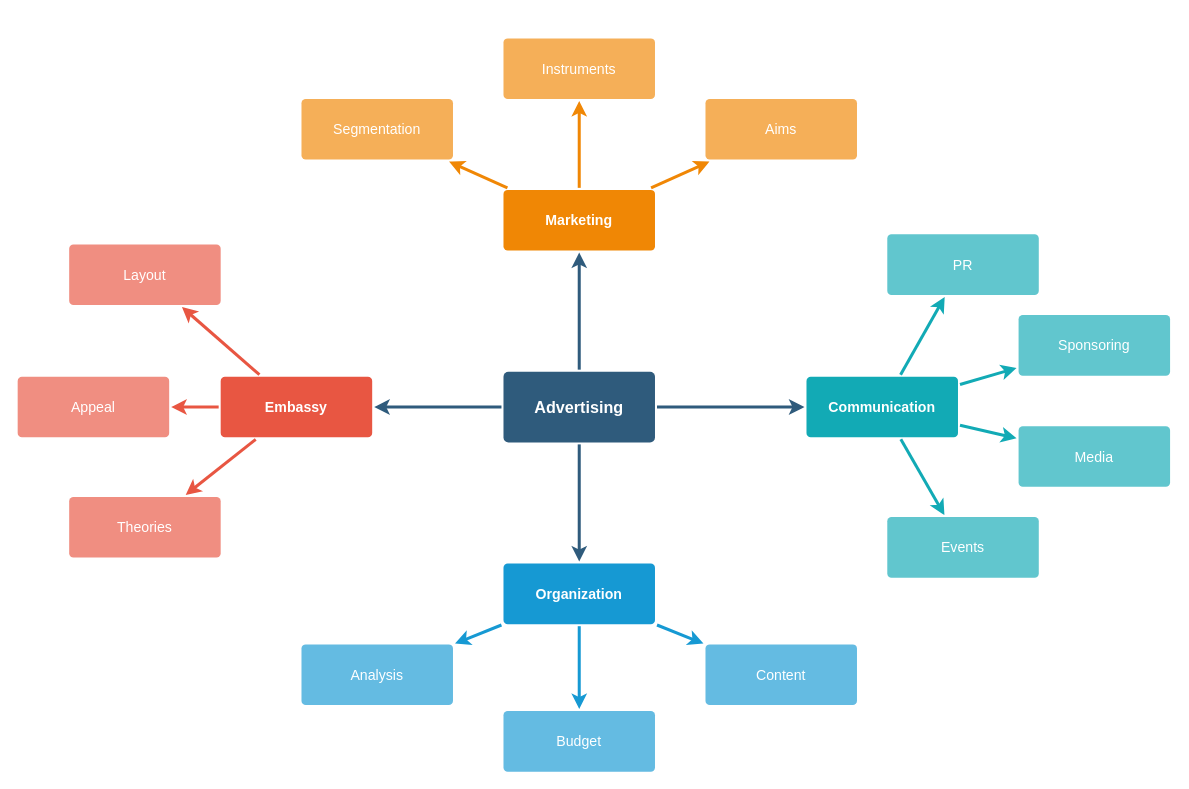
This is Untitled Diagram.drawio from leokuan2021/drawio-stuff, a draw.io file, before an edit. Source tidied: cells renumbered, new cells numbered last; positions are measured from the earlier drawing's top-left corner, leaving out a move shared by most shapes. Both pictures are drawn from the tidied source at 101%, with x=0, y=0 at pixel (17, 37).
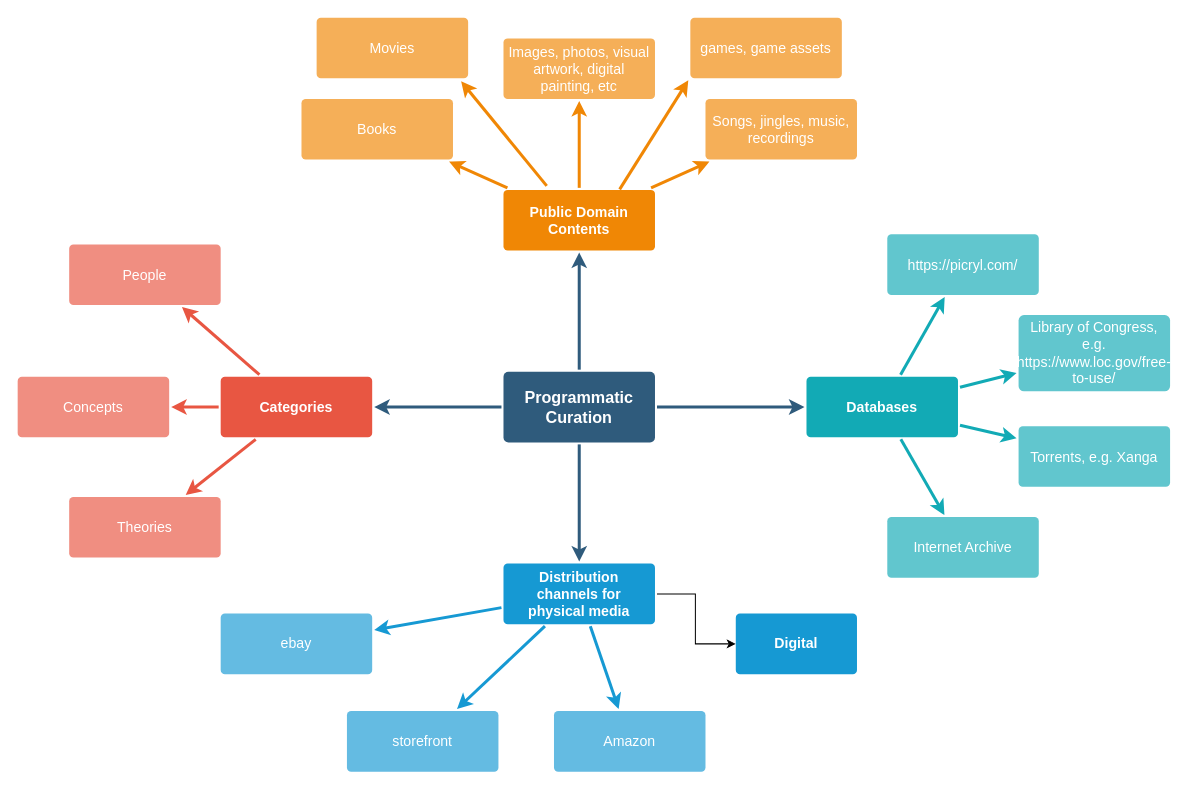
After the change.

Change to the diagram source:
```diff
@@
-    <mxCell id="6" value="Advertising" style="rounded=1;whiteSpace=wrap;html=1;shadow=0;labelBackgroundColor=none;strokeColor=none;strokeWidth=3;fillColor=#2F5B7C;fontFamily=Helvetica;fontSize=16;fontColor=#FFFFFF;align=center;fontStyle=1;spacing=5;arcSize=7;perimeterSpacing=2;" parent="1" vertex="1">
+    <mxCell id="6" value="Programmatic Curation" style="rounded=1;whiteSpace=wrap;html=1;shadow=0;labelBackgroundColor=none;strokeColor=none;strokeWidth=3;fillColor=#2F5B7C;fontFamily=Helvetica;fontSize=16;fontColor=#FFFFFF;align=center;fontStyle=1;spacing=5;arcSize=7;perimeterSpacing=2;" parent="1" vertex="1">
       <mxGeometry x="481" y="330.5" width="150" height="70" as="geometry" />
     </mxCell>
@@
-    <mxCell id="10" value="Embassy" style="rounded=1;whiteSpace=wrap;html=1;shadow=0;labelBackgroundColor=none;strokeColor=none;strokeWidth=3;fillColor=#e85642;fontFamily=Helvetica;fontSize=14;fontColor=#FFFFFF;align=center;spacing=5;fontStyle=1;arcSize=7;perimeterSpacing=2;" parent="1" vertex="1">
+    <mxCell id="10" value="Categories" style="rounded=1;whiteSpace=wrap;html=1;shadow=0;labelBackgroundColor=none;strokeColor=none;strokeWidth=3;fillColor=#e85642;fontFamily=Helvetica;fontSize=14;fontColor=#FFFFFF;align=center;spacing=5;fontStyle=1;arcSize=7;perimeterSpacing=2;" parent="1" vertex="1">
       <mxGeometry x="201" y="335.5" width="150" height="60" as="geometry" />
     </mxCell>
@@
-    <mxCell id="12" value="Appeal" style="rounded=1;whiteSpace=wrap;html=1;shadow=0;labelBackgroundColor=none;strokeColor=none;strokeWidth=3;fillColor=#f08e81;fontFamily=Helvetica;fontSize=14;fontColor=#FFFFFF;align=center;spacing=5;fontStyle=0;arcSize=7;perimeterSpacing=2;" parent="1" vertex="1">
+    <mxCell id="12" value="Concepts" style="rounded=1;whiteSpace=wrap;html=1;shadow=0;labelBackgroundColor=none;strokeColor=none;strokeWidth=3;fillColor=#f08e81;fontFamily=Helvetica;fontSize=14;fontColor=#FFFFFF;align=center;spacing=5;fontStyle=0;arcSize=7;perimeterSpacing=2;" parent="1" vertex="1">
       <mxGeometry y="335.5" width="150" height="60" as="geometry" />
     </mxCell>
-    <mxCell id="13" value="Layout" style="rounded=1;whiteSpace=wrap;html=1;shadow=0;labelBackgroundColor=none;strokeColor=none;strokeWidth=3;fillColor=#f08e81;fontFamily=Helvetica;fontSize=14;fontColor=#FFFFFF;align=center;spacing=5;fontStyle=0;arcSize=7;perimeterSpacing=2;" parent="1" vertex="1">
+    <mxCell id="13" value="People" style="rounded=1;whiteSpace=wrap;html=1;shadow=0;labelBackgroundColor=none;strokeColor=none;strokeWidth=3;fillColor=#f08e81;fontFamily=Helvetica;fontSize=14;fontColor=#FFFFFF;align=center;spacing=5;fontStyle=0;arcSize=7;perimeterSpacing=2;" parent="1" vertex="1">
       <mxGeometry x="51" y="204.5" width="150" height="60" as="geometry" />
     </mxCell>
@@
+    <mxCell id="37" style="edgeStyle=orthogonalEdgeStyle;rounded=0;jettySize=auto;html=1;" parent="1" edge="1" source="17" target="42">
+      <mxGeometry relative="1" as="geometry" />
+    </mxCell>
-    <mxCell id="17" value="Organization" style="rounded=1;whiteSpace=wrap;html=1;shadow=0;labelBackgroundColor=none;strokeColor=none;strokeWidth=3;fillColor=#1699d3;fontFamily=Helvetica;fontSize=14;fontColor=#FFFFFF;align=center;spacing=5;fontStyle=1;arcSize=7;perimeterSpacing=2;" parent="1" vertex="1">
+    <mxCell id="17" value="Distribution channels for physical media" style="rounded=1;whiteSpace=wrap;html=1;shadow=0;labelBackgroundColor=none;strokeColor=none;strokeWidth=3;fillColor=#1699d3;fontFamily=Helvetica;fontSize=14;fontColor=#FFFFFF;align=center;spacing=5;fontStyle=1;arcSize=7;perimeterSpacing=2;" parent="1" vertex="1">
       <mxGeometry x="481" y="520.5" width="150" height="60" as="geometry" />
     </mxCell>
-    <mxCell id="18" value="Content" style="rounded=1;whiteSpace=wrap;html=1;shadow=0;labelBackgroundColor=none;strokeColor=none;strokeWidth=3;fillColor=#64bbe2;fontFamily=Helvetica;fontSize=14;fontColor=#FFFFFF;align=center;spacing=5;arcSize=7;perimeterSpacing=2;" parent="1" vertex="1">
-      <mxGeometry x="681" y="600.5" width="150" height="60" as="geometry" />
+    <mxCell id="18" value="Amazon" style="rounded=1;whiteSpace=wrap;html=1;shadow=0;labelBackgroundColor=none;strokeColor=none;strokeWidth=3;fillColor=#64bbe2;fontFamily=Helvetica;fontSize=14;fontColor=#FFFFFF;align=center;spacing=5;arcSize=7;perimeterSpacing=2;" parent="1" vertex="1">
+      <mxGeometry x="531" y="666.5" width="150" height="60" as="geometry" />
     </mxCell>
-    <mxCell id="19" value="Budget" style="rounded=1;whiteSpace=wrap;html=1;shadow=0;labelBackgroundColor=none;strokeColor=none;strokeWidth=3;fillColor=#64bbe2;fontFamily=Helvetica;fontSize=14;fontColor=#FFFFFF;align=center;spacing=5;arcSize=7;perimeterSpacing=2;" parent="1" vertex="1">
-      <mxGeometry x="481" y="666.5" width="150" height="60" as="geometry" />
+    <mxCell id="19" value="storefront" style="rounded=1;whiteSpace=wrap;html=1;shadow=0;labelBackgroundColor=none;strokeColor=none;strokeWidth=3;fillColor=#64bbe2;fontFamily=Helvetica;fontSize=14;fontColor=#FFFFFF;align=center;spacing=5;arcSize=7;perimeterSpacing=2;" parent="1" vertex="1">
+      <mxGeometry x="326" y="666.5" width="150" height="60" as="geometry" />
     </mxCell>
-    <mxCell id="20" value="Analysis" style="rounded=1;whiteSpace=wrap;html=1;shadow=0;labelBackgroundColor=none;strokeColor=none;strokeWidth=3;fillColor=#64bbe2;fontFamily=Helvetica;fontSize=14;fontColor=#FFFFFF;align=center;spacing=5;arcSize=7;perimeterSpacing=2;" parent="1" vertex="1">
-      <mxGeometry x="281" y="600.5" width="150" height="60" as="geometry" />
+    <mxCell id="20" value="ebay" style="rounded=1;whiteSpace=wrap;html=1;shadow=0;labelBackgroundColor=none;strokeColor=none;strokeWidth=3;fillColor=#64bbe2;fontFamily=Helvetica;fontSize=14;fontColor=#FFFFFF;align=center;spacing=5;arcSize=7;perimeterSpacing=2;" parent="1" vertex="1">
+      <mxGeometry x="201" y="570" width="150" height="60" as="geometry" />
     </mxCell>
-    <mxCell id="21" value="Marketing" style="rounded=1;whiteSpace=wrap;html=1;shadow=0;labelBackgroundColor=none;strokeColor=none;strokeWidth=3;fillColor=#F08705;fontFamily=Helvetica;fontSize=14;fontColor=#FFFFFF;align=center;spacing=5;fontStyle=1;arcSize=7;perimeterSpacing=2;" parent="1" vertex="1">
+    <mxCell id="21" value="Public Domain Contents" style="rounded=1;whiteSpace=wrap;html=1;shadow=0;labelBackgroundColor=none;strokeColor=none;strokeWidth=3;fillColor=#F08705;fontFamily=Helvetica;fontSize=14;fontColor=#FFFFFF;align=center;spacing=5;fontStyle=1;arcSize=7;perimeterSpacing=2;" parent="1" vertex="1">
       <mxGeometry x="481" y="150.5" width="150" height="60" as="geometry" />
     </mxCell>
-    <mxCell id="22" value="Aims&lt;br&gt;" style="rounded=1;whiteSpace=wrap;html=1;shadow=0;labelBackgroundColor=none;strokeColor=none;strokeWidth=3;fillColor=#f5af58;fontFamily=Helvetica;fontSize=14;fontColor=#FFFFFF;align=center;spacing=5;arcSize=7;perimeterSpacing=2;" parent="1" vertex="1">
+    <mxCell id="22" value="Songs, jingles, music, recordings" style="rounded=1;whiteSpace=wrap;html=1;shadow=0;labelBackgroundColor=none;strokeColor=none;strokeWidth=3;fillColor=#f5af58;fontFamily=Helvetica;fontSize=14;fontColor=#FFFFFF;align=center;spacing=5;arcSize=7;perimeterSpacing=2;" parent="1" vertex="1">
       <mxGeometry x="681" y="60.5" width="150" height="60" as="geometry" />
     </mxCell>
@@
-    <mxCell id="24" value="Instruments" style="rounded=1;whiteSpace=wrap;html=1;shadow=0;labelBackgroundColor=none;strokeColor=none;strokeWidth=3;fillColor=#f5af58;fontFamily=Helvetica;fontSize=14;fontColor=#FFFFFF;align=center;spacing=5;arcSize=7;perimeterSpacing=2;" parent="1" vertex="1">
+    <mxCell id="24" value="Images, photos, visual artwork, digital painting, etc" style="rounded=1;whiteSpace=wrap;html=1;shadow=0;labelBackgroundColor=none;strokeColor=none;strokeWidth=3;fillColor=#f5af58;fontFamily=Helvetica;fontSize=14;fontColor=#FFFFFF;align=center;spacing=5;arcSize=7;perimeterSpacing=2;" parent="1" vertex="1">
       <mxGeometry x="481" y="0.5" width="150" height="60" as="geometry" />
     </mxCell>
@@
-    <mxCell id="26" value="Segmentation" style="rounded=1;whiteSpace=wrap;html=1;shadow=0;labelBackgroundColor=none;strokeColor=none;strokeWidth=3;fillColor=#f5af58;fontFamily=Helvetica;fontSize=14;fontColor=#FFFFFF;align=center;spacing=5;arcSize=7;perimeterSpacing=2;" parent="1" vertex="1">
+    <mxCell id="26" value="Books" style="rounded=1;whiteSpace=wrap;html=1;shadow=0;labelBackgroundColor=none;strokeColor=none;strokeWidth=3;fillColor=#f5af58;fontFamily=Helvetica;fontSize=14;fontColor=#FFFFFF;align=center;spacing=5;arcSize=7;perimeterSpacing=2;" parent="1" vertex="1">
       <mxGeometry x="281" y="60.5" width="150" height="60" as="geometry" />
     </mxCell>
@@
-    <mxCell id="28" value="Communication" style="rounded=1;whiteSpace=wrap;html=1;shadow=0;labelBackgroundColor=none;strokeColor=none;strokeWidth=3;fillColor=#12aab5;fontFamily=Helvetica;fontSize=14;fontColor=#FFFFFF;align=center;spacing=5;fontStyle=1;arcSize=7;perimeterSpacing=2;" parent="1" vertex="1">
+    <mxCell id="28" value="Databases" style="rounded=1;whiteSpace=wrap;html=1;shadow=0;labelBackgroundColor=none;strokeColor=none;strokeWidth=3;fillColor=#12aab5;fontFamily=Helvetica;fontSize=14;fontColor=#FFFFFF;align=center;spacing=5;fontStyle=1;arcSize=7;perimeterSpacing=2;" parent="1" vertex="1">
       <mxGeometry x="781" y="335.5" width="150" height="60" as="geometry" />
     </mxCell>
-    <mxCell id="29" value="Events" style="rounded=1;whiteSpace=wrap;html=1;shadow=0;labelBackgroundColor=none;strokeColor=none;strokeWidth=3;fillColor=#61c6ce;fontFamily=Helvetica;fontSize=14;fontColor=#FFFFFF;align=center;spacing=5;fontStyle=0;arcSize=7;perimeterSpacing=2;" parent="1" vertex="1">
+    <mxCell id="29" value="Internet Archive" style="rounded=1;whiteSpace=wrap;html=1;shadow=0;labelBackgroundColor=none;strokeColor=none;strokeWidth=3;fillColor=#61c6ce;fontFamily=Helvetica;fontSize=14;fontColor=#FFFFFF;align=center;spacing=5;fontStyle=0;arcSize=7;perimeterSpacing=2;" parent="1" vertex="1">
       <mxGeometry x="861" y="474.5" width="150" height="60" as="geometry" />
     </mxCell>
@@
-    <mxCell id="31" value="Media" style="rounded=1;whiteSpace=wrap;html=1;shadow=0;labelBackgroundColor=none;strokeColor=none;strokeWidth=3;fillColor=#61c6ce;fontFamily=Helvetica;fontSize=14;fontColor=#FFFFFF;align=center;spacing=5;fontStyle=0;arcSize=7;perimeterSpacing=2;" parent="1" vertex="1">
+    <mxCell id="31" value="Torrents, e.g. Xanga" style="rounded=1;whiteSpace=wrap;html=1;shadow=0;labelBackgroundColor=none;strokeColor=none;strokeWidth=3;fillColor=#61c6ce;fontFamily=Helvetica;fontSize=14;fontColor=#FFFFFF;align=center;spacing=5;fontStyle=0;arcSize=7;perimeterSpacing=2;" parent="1" vertex="1">
       <mxGeometry x="991" y="384.5" width="150" height="60" as="geometry" />
     </mxCell>
@@
-    <mxCell id="33" value="Sponsoring" style="rounded=1;whiteSpace=wrap;html=1;shadow=0;labelBackgroundColor=none;strokeColor=none;strokeWidth=3;fillColor=#61c6ce;fontFamily=Helvetica;fontSize=14;fontColor=#FFFFFF;align=center;spacing=5;fontStyle=0;arcSize=7;perimeterSpacing=2;" parent="1" vertex="1">
-      <mxGeometry x="991" y="274.5" width="150" height="60" as="geometry" />
+    <mxCell id="33" value="&lt;div&gt;Library of Congress, e.g. &lt;br&gt;&lt;/div&gt;&lt;div&gt;https://www.loc.gov/free-to-use/&lt;/div&gt;" style="rounded=1;whiteSpace=wrap;html=1;shadow=0;labelBackgroundColor=none;strokeColor=none;strokeWidth=3;fillColor=#61c6ce;fontFamily=Helvetica;fontSize=14;fontColor=#FFFFFF;align=center;spacing=5;fontStyle=0;arcSize=7;perimeterSpacing=2;" parent="1" vertex="1">
+      <mxGeometry x="991" y="274.5" width="150" height="75.5" as="geometry" />
     </mxCell>
@@
-    <mxCell id="35" value="PR" style="rounded=1;whiteSpace=wrap;html=1;shadow=0;labelBackgroundColor=none;strokeColor=none;strokeWidth=3;fillColor=#61c6ce;fontFamily=Helvetica;fontSize=14;fontColor=#FFFFFF;align=center;spacing=5;fontStyle=0;arcSize=7;perimeterSpacing=2;" parent="1" vertex="1">
+    <mxCell id="35" value="https://picryl.com/" style="rounded=1;whiteSpace=wrap;html=1;shadow=0;labelBackgroundColor=none;strokeColor=none;strokeWidth=3;fillColor=#61c6ce;fontFamily=Helvetica;fontSize=14;fontColor=#FFFFFF;align=center;spacing=5;fontStyle=0;arcSize=7;perimeterSpacing=2;" parent="1" vertex="1">
       <mxGeometry x="861" y="194.5" width="150" height="60" as="geometry" />
     </mxCell>
@@
+    <mxCell id="38" value="Movies" style="rounded=1;whiteSpace=wrap;html=1;shadow=0;labelBackgroundColor=none;strokeColor=none;strokeWidth=3;fillColor=#f5af58;fontFamily=Helvetica;fontSize=14;fontColor=#FFFFFF;align=center;spacing=5;arcSize=7;perimeterSpacing=2;" parent="1" vertex="1">
+      <mxGeometry x="296" y="-20" width="150" height="60" as="geometry" />
+    </mxCell>
+    <mxCell id="39" value="games, game assets" style="rounded=1;whiteSpace=wrap;html=1;shadow=0;labelBackgroundColor=none;strokeColor=none;strokeWidth=3;fillColor=#f5af58;fontFamily=Helvetica;fontSize=14;fontColor=#FFFFFF;align=center;spacing=5;arcSize=7;perimeterSpacing=2;" parent="1" vertex="1">
+      <mxGeometry x="666" y="-20" width="150" height="60" as="geometry" />
+    </mxCell>
+    <mxCell id="40" style="edgeStyle=none;rounded=0;jumpStyle=none;html=1;shadow=0;labelBackgroundColor=none;startArrow=none;startFill=0;endArrow=classic;endFill=1;jettySize=auto;strokeColor=#F08705;strokeWidth=3;fontFamily=Helvetica;fontSize=14;fontColor=#FFFFFF;spacing=5;entryX=0.942;entryY=1.016;entryDx=0;entryDy=0;entryPerimeter=0;" parent="1" edge="1" target="38">
+      <mxGeometry relative="1" as="geometry">
+        <mxPoint x="523.8" y="146.5" as="sourcePoint" />
+      </mxGeometry>
+    </mxCell>
+    <mxCell id="41" style="edgeStyle=none;rounded=0;jumpStyle=none;html=1;shadow=0;labelBackgroundColor=none;startArrow=none;startFill=0;endArrow=classic;endFill=1;jettySize=auto;strokeColor=#F08705;strokeWidth=3;fontFamily=Helvetica;fontSize=14;fontColor=#FFFFFF;spacing=5;entryX=0;entryY=1;entryDx=0;entryDy=0;" parent="1" edge="1" target="39">
+      <mxGeometry relative="1" as="geometry">
+        <mxPoint x="596" y="150" as="sourcePoint" />
+      </mxGeometry>
+    </mxCell>
+    <mxCell id="42" value="Digital" style="whiteSpace=wrap;html=1;fontSize=14;fillColor=#1699d3;strokeColor=none;fontColor=#FFFFFF;rounded=1;shadow=0;labelBackgroundColor=none;strokeWidth=3;spacing=5;fontStyle=1;arcSize=7;" parent="1" vertex="1">
+      <mxGeometry x="711" y="570" width="120" height="60" as="geometry" />
+    </mxCell>
```
